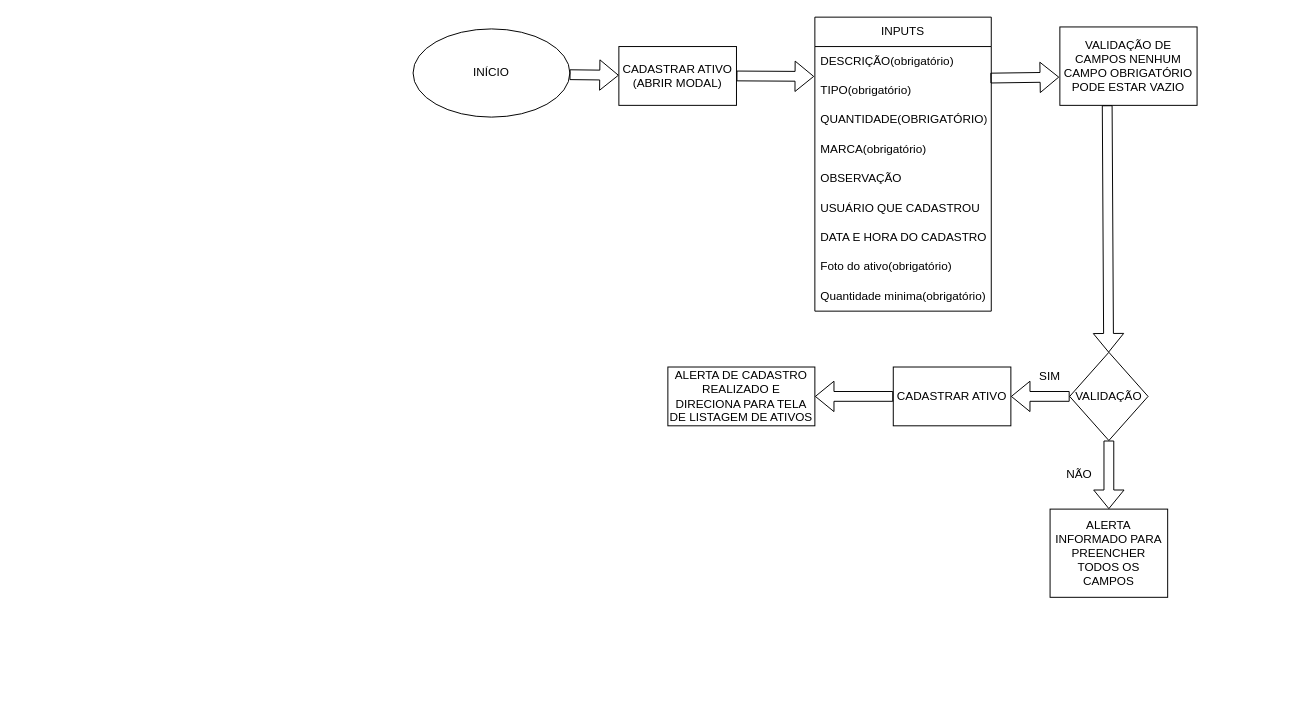
asghensel/projetoCadastro keeps this draw.io diagram as fluxogramas/cadastro_ativos.drawio. Above is the earlier version. Source tidied: cells renumbered, new cells numbered last; positions are measured from the earlier drawing's top-left corner, leaving out a move shared by most shapes. Both pictures are drawn from the tidied source at 98%, with x=0, y=0 at pixel (413, 17).
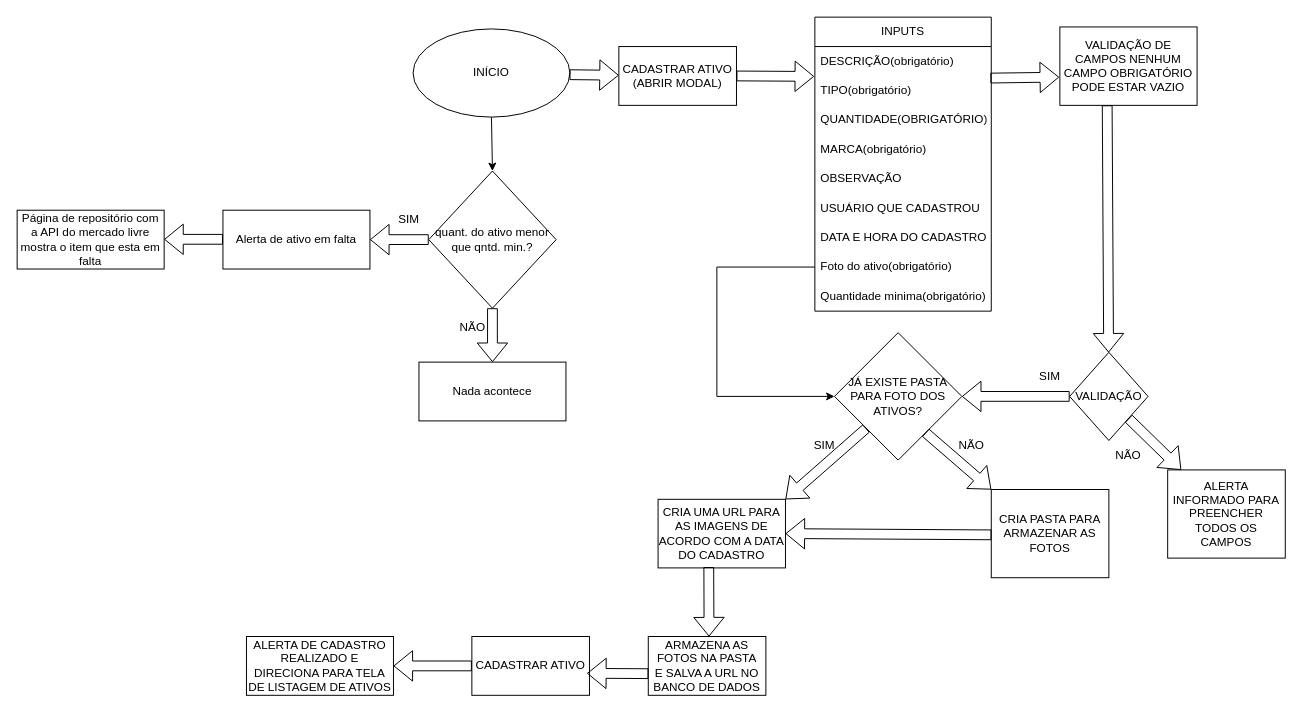
The same page after the edit.

Unchanged cells that the change refers to:
```xml
<mxCell id="2" value="INÍCIO" style="ellipse;whiteSpace=wrap;html=1;" parent="1" vertex="1">
  <mxGeometry y="12" width="160" height="90" as="geometry" />
</mxCell>
<mxCell id="11" value="Foto do ativo(obrigatório)" style="text;strokeColor=none;fillColor=none;align=left;verticalAlign=middle;spacingLeft=4;spacingRight=4;overflow=hidden;points=[[0,0.5],[1,0.5]];portConstraint=eastwest;whiteSpace=wrap;html=1;" parent="3" vertex="1">
  <mxGeometry y="240" width="180" height="30" as="geometry" />
</mxCell>
<mxCell id="19" value="VALIDAÇÃO" style="rhombus;whiteSpace=wrap;html=1;" parent="1" vertex="1">
  <mxGeometry x="670" y="342" width="80" height="90" as="geometry" />
</mxCell>
```

Change to the diagram source:
```diff
@@
-    <mxCell id="20" style="shape=flexArrow;endArrow=classic;html=1;rounded=0;exitX=0;exitY=0.5;exitDx=0;exitDy=0;" parent="1" edge="1" source="19" target="21">
-      <mxGeometry relative="1" as="geometry" />
+    <mxCell id="20" style="shape=flexArrow;endArrow=classic;html=1;rounded=0;exitX=0;exitY=0.5;exitDx=0;exitDy=0;entryX=1;entryY=0.5;entryDx=0;entryDy=0;" parent="1" edge="1" source="19">
+      <mxGeometry relative="1" as="geometry">
+        <mxPoint x="560" y="387" as="targetPoint" />
+      </mxGeometry>
     </mxCell>
     <mxCell id="21" value="CADASTRAR ATIVO" style="rounded=0;whiteSpace=wrap;html=1;" parent="1" vertex="1">
-      <mxGeometry x="490" y="357" width="120" height="60" as="geometry" />
+      <mxGeometry x="60" y="632" width="120" height="60" as="geometry" />
     </mxCell>
@@
-    <mxCell id="23" style="shape=flexArrow;endArrow=classic;html=1;rounded=0;exitX=0.5;exitY=1;exitDx=0;exitDy=0;" parent="1" edge="1" source="19" target="24">
+    <mxCell id="23" style="shape=flexArrow;endArrow=classic;html=1;rounded=0;exitX=1;exitY=1;exitDx=0;exitDy=0;" parent="1" edge="1" source="19" target="24">
       <mxGeometry relative="1" as="geometry" />
     </mxCell>
     <mxCell id="24" value="ALERTA INFORMADO PARA PREENCHER TODOS OS CAMPOS" style="rounded=0;whiteSpace=wrap;html=1;" parent="1" vertex="1">
-      <mxGeometry x="650" y="502" width="120" height="90" as="geometry" />
+      <mxGeometry x="770" y="462" width="120" height="90" as="geometry" />
     </mxCell>
     <mxCell id="25" value="NÃO" style="text;strokeColor=none;align=center;fillColor=none;html=1;verticalAlign=middle;whiteSpace=wrap;rounded=0;" parent="1" vertex="1">
-      <mxGeometry x="650" y="452" width="60" height="30" as="geometry" />
+      <mxGeometry x="700" y="432" width="60" height="30" as="geometry" />
     </mxCell>
@@
     <mxCell id="27" value="ALERTA DE CADASTRO REALIZADO E DIRECIONA PARA TELA DE LISTAGEM DE ATIVOS" style="rounded=0;whiteSpace=wrap;html=1;" parent="1" vertex="1">
-      <mxGeometry x="260" y="357" width="150" height="60" as="geometry" />
+      <mxGeometry x="-170" y="632" width="150" height="60" as="geometry" />
     </mxCell>
+    <mxCell id="28" style="endArrow=classic;html=1;rounded=0;exitX=0.5;exitY=1;exitDx=0;exitDy=0;entryX=0.5;entryY=0;entryDx=0;entryDy=0;" parent="1" edge="1" source="2" target="29">
+      <mxGeometry relative="1" as="geometry" />
+    </mxCell>
+    <mxCell id="29" value="quant. do ativo menor que qntd. min.?" style="rhombus;whiteSpace=wrap;html=1;" parent="1" vertex="1">
+      <mxGeometry x="16" y="157" width="130" height="140" as="geometry" />
+    </mxCell>
+    <mxCell id="30" style="shape=flexArrow;endArrow=classic;html=1;rounded=0;exitX=0.5;exitY=1;exitDx=0;exitDy=0;" parent="1" edge="1" source="29">
+      <mxGeometry relative="1" as="geometry">
+        <mxPoint x="81" y="352" as="targetPoint" />
+      </mxGeometry>
+    </mxCell>
+    <mxCell id="31" value="SIM" style="text;strokeColor=none;align=center;fillColor=none;html=1;verticalAlign=middle;whiteSpace=wrap;rounded=0;" parent="1" vertex="1">
+      <mxGeometry x="-34" y="192" width="60" height="30" as="geometry" />
+    </mxCell>
+    <mxCell id="32" value="NÃO" style="text;strokeColor=none;align=center;fillColor=none;html=1;verticalAlign=middle;whiteSpace=wrap;rounded=0;" parent="1" vertex="1">
+      <mxGeometry x="31" y="302" width="60" height="30" as="geometry" />
+    </mxCell>
+    <mxCell id="33" style="shape=flexArrow;endArrow=classic;html=1;rounded=0;exitX=0;exitY=0.5;exitDx=0;exitDy=0;" parent="1" edge="1" source="29">
+      <mxGeometry relative="1" as="geometry">
+        <mxPoint x="-44" y="227" as="targetPoint" />
+      </mxGeometry>
+    </mxCell>
+    <mxCell id="34" value="Alerta de ativo em falta" style="rounded=0;whiteSpace=wrap;html=1;" parent="1" vertex="1">
+      <mxGeometry x="-194" y="197" width="150" height="60" as="geometry" />
+    </mxCell>
+    <mxCell id="35" style="shape=flexArrow;endArrow=classic;html=1;rounded=0;exitX=0;exitY=0.5;exitDx=0;exitDy=0;" parent="1" edge="1">
+      <mxGeometry relative="1" as="geometry">
+        <mxPoint x="-194" y="226.7" as="sourcePoint" />
+        <mxPoint x="-254" y="226.7" as="targetPoint" />
+      </mxGeometry>
+    </mxCell>
+    <mxCell id="36" value="Página de repositório com a API do mercado livre mostra o item que esta em falta" style="rounded=0;whiteSpace=wrap;html=1;" parent="1" vertex="1">
+      <mxGeometry x="-404" y="197" width="150" height="60" as="geometry" />
+    </mxCell>
+    <mxCell id="37" value="Nada acontece" style="rounded=0;whiteSpace=wrap;html=1;" parent="1" vertex="1">
+      <mxGeometry x="6" y="352" width="150" height="60" as="geometry" />
+    </mxCell>
+    <mxCell id="38" style="endArrow=classic;html=1;rounded=0;exitX=0;exitY=0.5;exitDx=0;exitDy=0;entryX=0;entryY=0.5;entryDx=0;entryDy=0;" parent="1" edge="1" source="11" target="39">
+      <mxGeometry relative="1" as="geometry">
+        <Array as="points">
+          <mxPoint x="310" y="255" />
+          <mxPoint x="310" y="387" />
+        </Array>
+      </mxGeometry>
+    </mxCell>
+    <mxCell id="39" value="JÁ EXISTE PASTA PARA FOTO DOS ATIVOS?" style="rhombus;whiteSpace=wrap;html=1;" parent="1" vertex="1">
+      <mxGeometry x="430" y="322" width="130" height="130" as="geometry" />
+    </mxCell>
+    <mxCell id="40" style="shape=flexArrow;endArrow=classic;html=1;rounded=0;exitX=0;exitY=1;exitDx=0;exitDy=0;entryX=1;entryY=0;entryDx=0;entryDy=0;" parent="1" edge="1" source="39" target="45">
+      <mxGeometry relative="1" as="geometry" />
+    </mxCell>
+    <mxCell id="41" style="shape=flexArrow;endArrow=classic;html=1;rounded=0;exitX=0.714;exitY=0.784;exitDx=0;exitDy=0;exitPerimeter=0;" parent="1" edge="1" source="39">
+      <mxGeometry relative="1" as="geometry">
+        <mxPoint x="590" y="482" as="targetPoint" />
+      </mxGeometry>
+    </mxCell>
+    <mxCell id="42" value="CRIA PASTA PARA ARMAZENAR AS FOTOS" style="rounded=0;whiteSpace=wrap;html=1;" parent="1" vertex="1">
+      <mxGeometry x="590" y="482" width="120" height="90" as="geometry" />
+    </mxCell>
+    <mxCell id="43" value="NÃO" style="text;strokeColor=none;align=center;fillColor=none;html=1;verticalAlign=middle;whiteSpace=wrap;rounded=0;" parent="1" vertex="1">
+      <mxGeometry x="540" y="422" width="60" height="30" as="geometry" />
+    </mxCell>
+    <mxCell id="44" value="SIM" style="text;strokeColor=none;align=center;fillColor=none;html=1;verticalAlign=middle;whiteSpace=wrap;rounded=0;" parent="1" vertex="1">
+      <mxGeometry x="390" y="422" width="60" height="30" as="geometry" />
+    </mxCell>
+    <mxCell id="45" value="CRIA UMA URL PARA AS IMAGENS DE ACORDO COM A DATA DO CADASTRO" style="rounded=0;whiteSpace=wrap;html=1;" parent="1" vertex="1">
+      <mxGeometry x="250" y="492" width="130" height="70" as="geometry" />
+    </mxCell>
+    <mxCell id="46" style="shape=flexArrow;endArrow=classic;html=1;rounded=0;entryX=1;entryY=0.5;entryDx=0;entryDy=0;exitX=0.002;exitY=0.514;exitDx=0;exitDy=0;exitPerimeter=0;" parent="1" edge="1" source="42" target="45">
+      <mxGeometry relative="1" as="geometry" />
+    </mxCell>
+    <mxCell id="47" style="shape=flexArrow;endArrow=classic;html=1;rounded=0;exitX=0.398;exitY=0.987;exitDx=0;exitDy=0;exitPerimeter=0;" parent="1" edge="1" source="45">
+      <mxGeometry relative="1" as="geometry">
+        <mxPoint x="302" y="632" as="targetPoint" />
+      </mxGeometry>
+    </mxCell>
+    <mxCell id="48" value="ARMAZENA AS FOTOS NA PASTA&lt;div&gt;E SALVA A URL NO BANCO DE DADOS&lt;/div&gt;" style="rounded=0;whiteSpace=wrap;html=1;" parent="1" vertex="1">
+      <mxGeometry x="240" y="632" width="120" height="60" as="geometry" />
+    </mxCell>
+    <mxCell id="49" style="shape=flexArrow;endArrow=classic;html=1;rounded=0;exitX=0.002;exitY=0.632;exitDx=0;exitDy=0;exitPerimeter=0;entryX=0.979;entryY=0.626;entryDx=0;entryDy=0;entryPerimeter=0;" parent="1" edge="1" source="48" target="21">
+      <mxGeometry relative="1" as="geometry" />
+    </mxCell>
```
